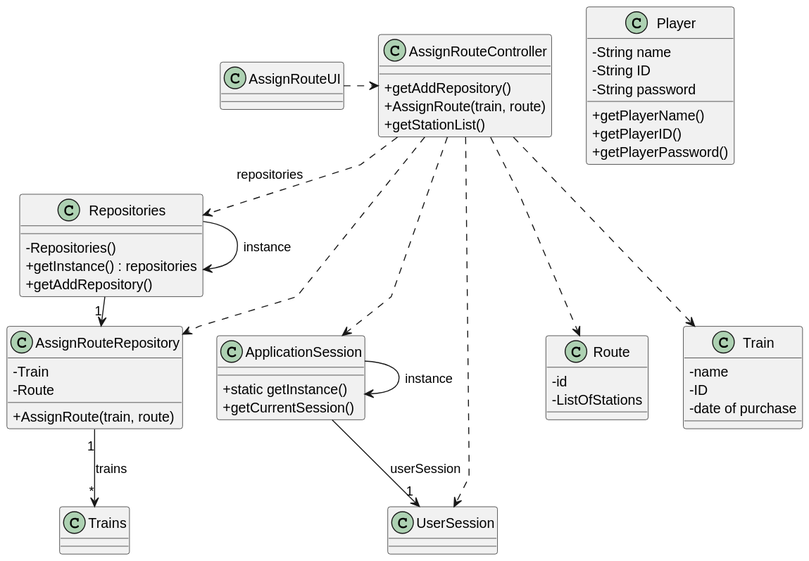
The PlantUML diagram docs/sprint3/us010/03.design/svg/us010-class-diagram.svg in ivasduarte/all-aboard, before a commit.
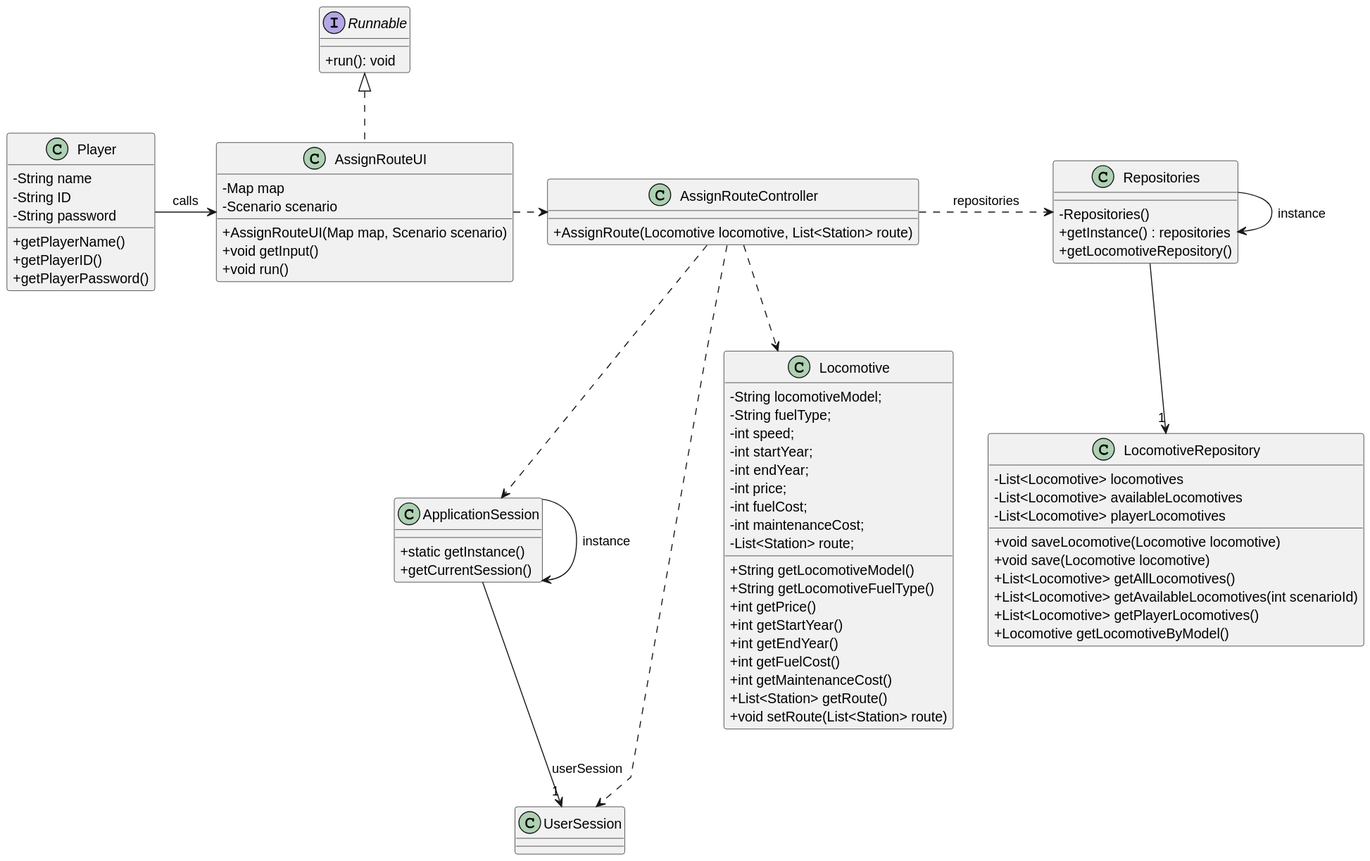
The same diagram one commit later.

Commit message:
US010(docs): Updated class diagram

The edit, as a diff of the source:
```diff
@@ -4,6 +4,10 @@
 skinparam linetype polyline
 
 skinparam classAttributeIconSize 0
+
+interface Runnable {
+    + run(): void
+}
 
 class Player {
     - String name
@@ -17,15 +21,26 @@
 class UserSession {
 }
 
-class Route{
-    - id
-    - ListOfStations
-}
+class Locomotive{
+    - String locomotiveModel;
+    - String fuelType;
+    - int speed;
+    - int startYear;
+    - int endYear;
+    - int price;
+    - int fuelCost;
+    - int maintenanceCost;
+    - List<Station> route;
 
-class Train{
-    - name
-    - ID
-    - date of purchase
+    + String getLocomotiveModel()
+    + String getLocomotiveFuelType()
+    + int getPrice()
+    + int getStartYear()
+    + int getEndYear()
+    + int getFuelCost()
+    + int getMaintenanceCost()
+    + List<Station> getRoute()
+    + void setRoute(List<Station> route)
 }
 
 
@@ -35,27 +50,39 @@
 }
 
 
-class AssignRouteUI {
+class AssignRouteUI implements Runnable {
+    - Map map
+    - Scenario scenario
+
+    + AssignRouteUI(Map map, Scenario scenario)
+    + void getInput()
+    + void run()
 }
 
 class AssignRouteController {
-    + getAddRepository()
-    + AssignRoute(train, route)
-    + getStationList()
+    + AssignRoute(Locomotive locomotive, List<Station> route)
 }
 
 class Repositories {
     - Repositories()
     + getInstance() : repositories
-    + getAddRepository()
+    + getLocomotiveRepository()
 }
 
-class AssignRouteRepository {
-    - Train
-    - Route
-    + AssignRoute(train, route)
+class LocomotiveRepository {
+    - List<Locomotive> locomotives
+    - List<Locomotive> availableLocomotives
+    - List<Locomotive> playerLocomotives
+
+    + void saveLocomotive(Locomotive locomotive)
+    + void save(Locomotive locomotive)
+    + List<Locomotive> getAllLocomotives()
+    + List<Locomotive> getAvailableLocomotives(int scenarioId)
+    + List<Locomotive> getPlayerLocomotives()
+    + Locomotive getLocomotiveByModel()
 }
 
+Player -> AssignRouteUI : calls
 Repositories -> Repositories : instance
 ApplicationSession -> ApplicationSession : instance
 
@@ -63,15 +90,11 @@
 
 AssignRouteController .> Repositories : repositories
 
-Repositories -> "1" AssignRouteRepository
-AssignRouteController ..> Train
-AssignRouteController ..> Route
-AssignRouteController ..> AssignRouteRepository
+Repositories --> "1" LocomotiveRepository
+AssignRouteController ..> Locomotive
 
 ApplicationSession --> "1" UserSession : userSession
 
 AssignRouteController ..> ApplicationSession
 AssignRouteController ..> UserSession
-
-AssignRouteRepository "1" --> "*" Trains : trains
 @enduml
```
